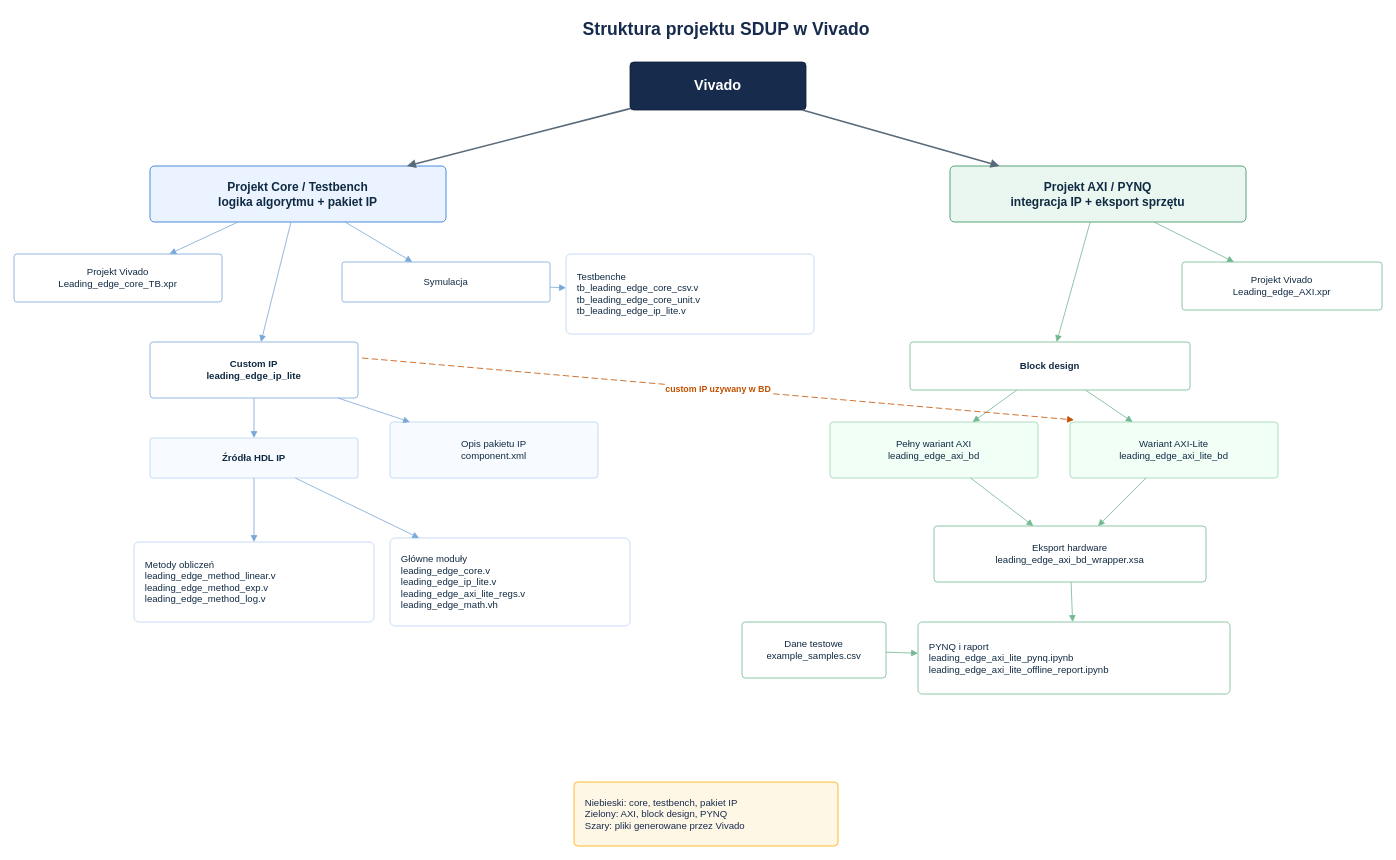
Above: sdup_vivado_structure.drawio in Grzegorz-Mazur/SDUP-Leading-Edge-Reconstruction-from-Sparse-Samples (draw.io), before the change. Source tidied: cells renumbered, new cells numbered last; positions are measured from the earlier drawing's top-left corner, leaving out a move shared by most shapes. Both pictures are drawn from the tidied source at 80%, with x=0, y=0 at pixel (14, 14).
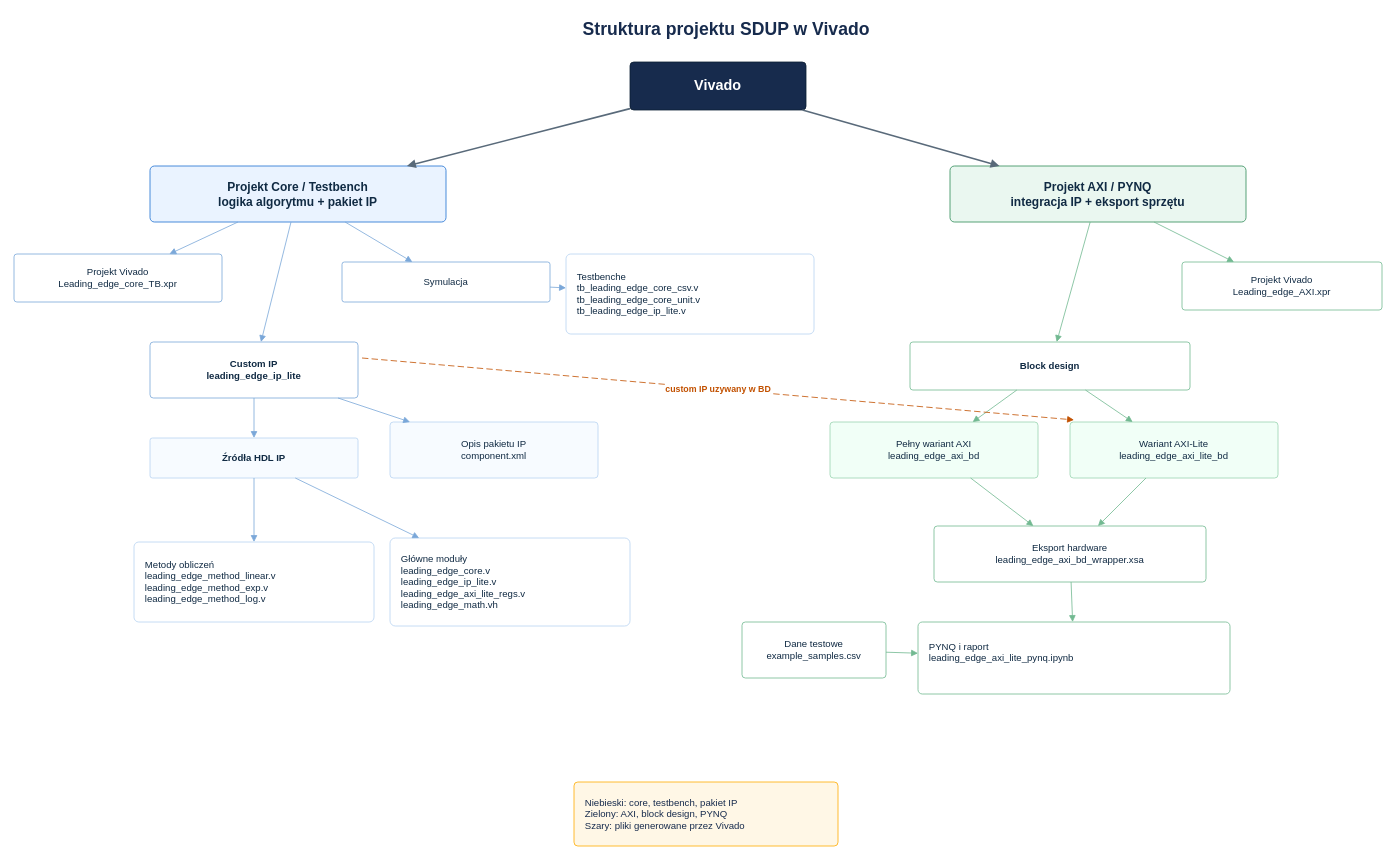
The same page after the edit.

What changed in the source:
```diff
@@
-    <mxCell id="21" value="PYNQ i raport&#10;leading_edge_axi_lite_pynq.ipynb&#10;leading_edge_axi_lite_offline_report.ipynb" style="rounded=1;whiteSpace=wrap;html=1;arcSize=6;fillColor=#FFFFFF;strokeColor=#72B991;fontColor=#102A43;align=left;spacingLeft=12;" parent="1" vertex="1">
+    <mxCell id="21" value="PYNQ i raport&lt;br&gt;leading_edge_axi_lite_pynq.ipynb&lt;div&gt;&lt;br/&gt;&lt;/div&gt;" style="rounded=1;whiteSpace=wrap;html=1;arcSize=6;fillColor=#FFFFFF;strokeColor=#72B991;fontColor=#102A43;align=left;spacingLeft=12;" parent="1" vertex="1">
       <mxGeometry x="1130" y="760" width="390" height="90" as="geometry" />
     </mxCell>
```
